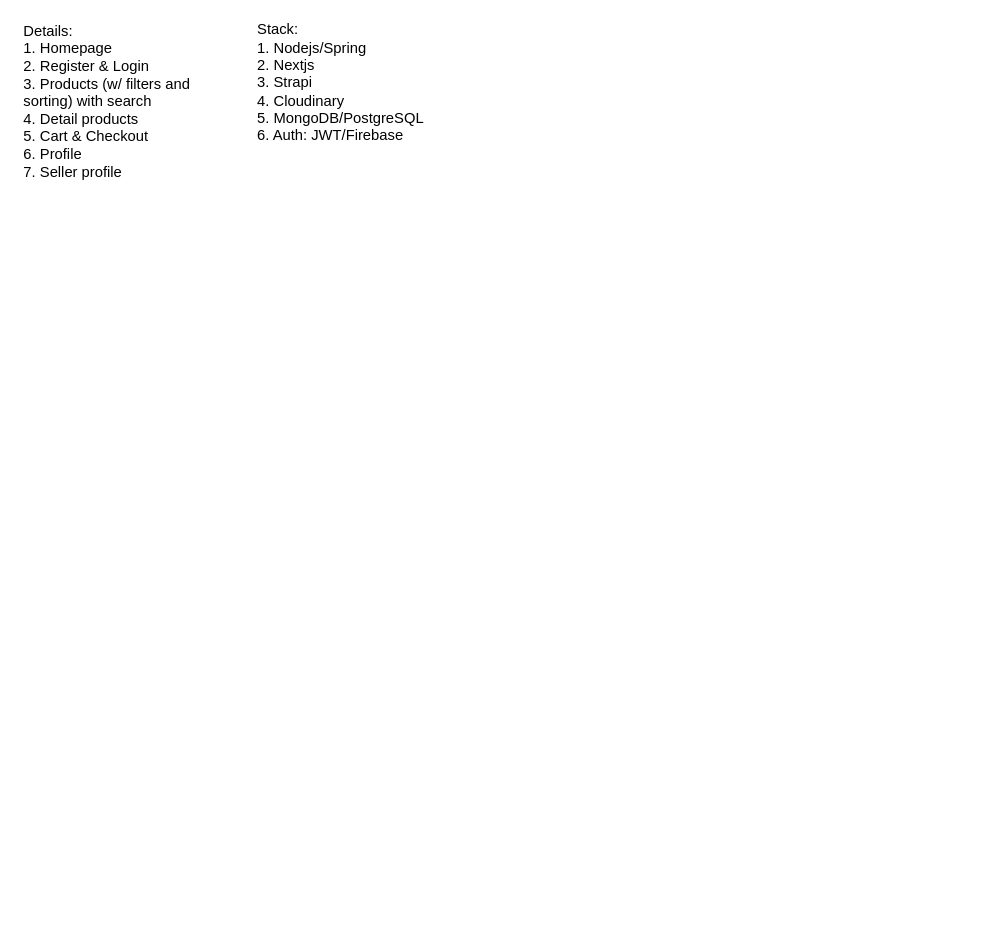
Earlier version of the draw.io diagram Untitled Diagram.drawio (idahdam/unnamed-project-1). Source tidied: cells renumbered, new cells numbered last; positions are measured from the earlier drawing's top-left corner, leaving out a move shared by most shapes. Both pictures are drawn from the tidied source at 123%, with x=0, y=0 at pixel (21, 39).
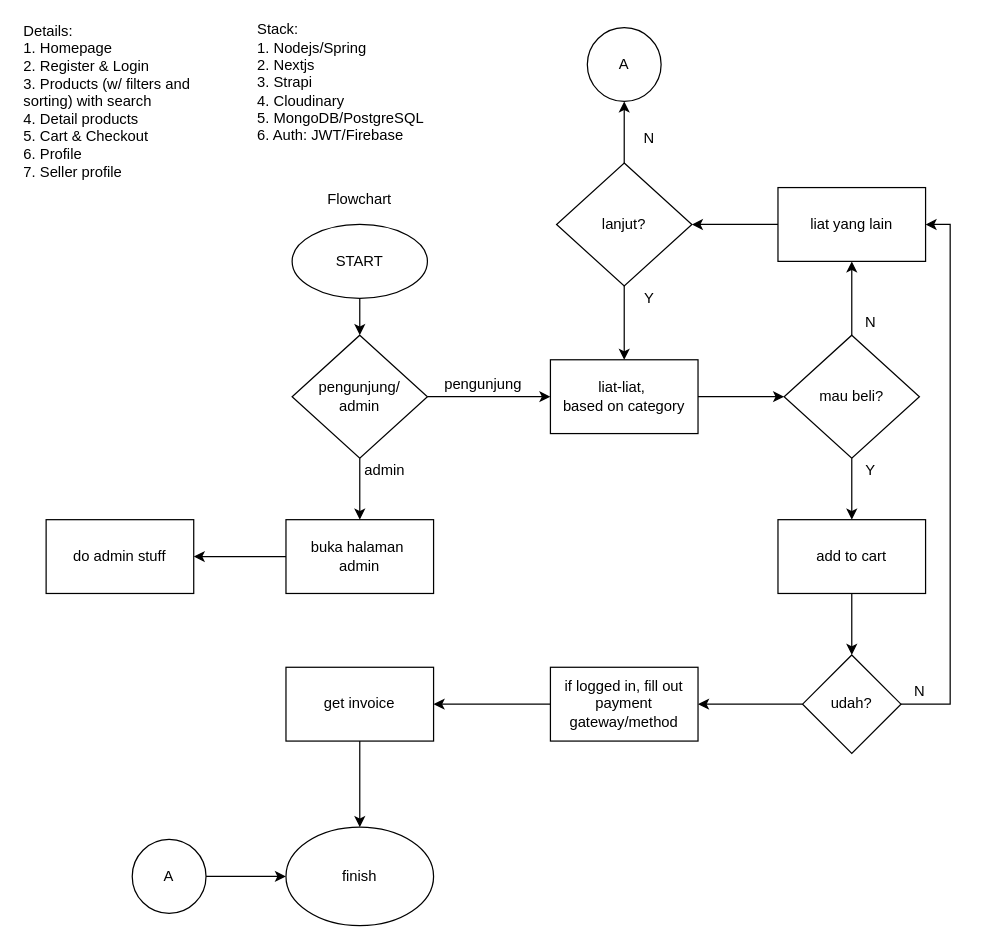
After the change.

Diff of the diagram source:
```diff
@@
+    <mxCell id="4" value="Flowchart" style="text;html=1;strokeColor=none;fillColor=none;align=center;verticalAlign=middle;whiteSpace=wrap;rounded=0;" parent="1" vertex="1">
+      <mxGeometry x="255" y="120" width="40" height="20" as="geometry" />
+    </mxCell>
+    <mxCell id="5" style="edgeStyle=orthogonalEdgeStyle;rounded=0;jettySize=auto;html=1;" parent="1" edge="1" source="6" target="9">
+      <mxGeometry relative="1" as="geometry" />
+    </mxCell>
+    <mxCell id="6" value="START" style="ellipse;whiteSpace=wrap;html=1;" parent="1" vertex="1">
+      <mxGeometry x="220" y="150" width="110" height="60" as="geometry" />
+    </mxCell>
+    <mxCell id="7" style="edgeStyle=orthogonalEdgeStyle;rounded=0;jettySize=auto;html=1;" parent="1" edge="1" source="9" target="11">
+      <mxGeometry relative="1" as="geometry" />
+    </mxCell>
+    <mxCell id="8" style="edgeStyle=orthogonalEdgeStyle;rounded=0;jettySize=auto;html=1;" parent="1" edge="1" source="9" target="13">
+      <mxGeometry relative="1" as="geometry" />
+    </mxCell>
+    <mxCell id="9" value="pengunjung/&lt;br&gt;admin" style="rhombus;whiteSpace=wrap;html=1;" parent="1" vertex="1">
+      <mxGeometry x="220" y="240" width="110" height="100" as="geometry" />
+    </mxCell>
+    <mxCell id="10" style="edgeStyle=orthogonalEdgeStyle;rounded=0;jettySize=auto;html=1;" parent="1" edge="1" source="11" target="18">
+      <mxGeometry relative="1" as="geometry" />
+    </mxCell>
+    <mxCell id="11" value="liat-liat,&amp;nbsp;&lt;br&gt;based on category" style="rounded=0;whiteSpace=wrap;html=1;" parent="1" vertex="1">
+      <mxGeometry x="430" y="260" width="120" height="60" as="geometry" />
+    </mxCell>
+    <mxCell id="12" style="edgeStyle=orthogonalEdgeStyle;rounded=0;jettySize=auto;html=1;" parent="1" edge="1" source="13" target="42">
+      <mxGeometry relative="1" as="geometry" />
+    </mxCell>
+    <mxCell id="13" value="buka halaman&amp;nbsp;&lt;br&gt;admin" style="rounded=0;whiteSpace=wrap;html=1;" parent="1" vertex="1">
+      <mxGeometry x="215" y="390" width="120" height="60" as="geometry" />
+    </mxCell>
+    <mxCell id="14" value="pengunjung" style="text;html=1;align=center;verticalAlign=middle;strokeColor=none;" parent="1" vertex="1">
+      <mxGeometry x="335" y="270" width="80" height="20" as="geometry" />
+    </mxCell>
+    <mxCell id="15" value="admin" style="text;html=1;align=center;verticalAlign=middle;strokeColor=none;" parent="1" vertex="1">
+      <mxGeometry x="270" y="340" width="50" height="20" as="geometry" />
+    </mxCell>
+    <mxCell id="16" style="edgeStyle=orthogonalEdgeStyle;rounded=0;jettySize=auto;html=1;" parent="1" edge="1" source="18" target="20">
+      <mxGeometry relative="1" as="geometry" />
+    </mxCell>
+    <mxCell id="17" style="edgeStyle=orthogonalEdgeStyle;rounded=0;jettySize=auto;html=1;" parent="1" edge="1" source="18" target="22">
+      <mxGeometry relative="1" as="geometry" />
+    </mxCell>
+    <mxCell id="18" value="mau beli?" style="rhombus;whiteSpace=wrap;html=1;" parent="1" vertex="1">
+      <mxGeometry x="620" y="240" width="110" height="100" as="geometry" />
+    </mxCell>
+    <mxCell id="19" style="edgeStyle=orthogonalEdgeStyle;rounded=0;jettySize=auto;html=1;" parent="1" edge="1" source="20" target="29">
+      <mxGeometry relative="1" as="geometry" />
+    </mxCell>
+    <mxCell id="20" value="add to cart" style="rounded=0;whiteSpace=wrap;html=1;" parent="1" vertex="1">
+      <mxGeometry x="615" y="390" width="120" height="60" as="geometry" />
+    </mxCell>
+    <mxCell id="21" style="edgeStyle=orthogonalEdgeStyle;rounded=0;jettySize=auto;html=1;" parent="1" edge="1" source="22" target="25">
+      <mxGeometry relative="1" as="geometry" />
+    </mxCell>
+    <mxCell id="22" value="liat yang lain" style="rounded=0;whiteSpace=wrap;html=1;" parent="1" vertex="1">
+      <mxGeometry x="615" y="120" width="120" height="60" as="geometry" />
+    </mxCell>
+    <mxCell id="23" style="edgeStyle=orthogonalEdgeStyle;rounded=0;jettySize=auto;html=1;" parent="1" edge="1" source="25" target="11">
+      <mxGeometry relative="1" as="geometry" />
+    </mxCell>
+    <mxCell id="24" style="edgeStyle=orthogonalEdgeStyle;rounded=0;jettySize=auto;html=1;" parent="1" edge="1" source="25" target="26">
+      <mxGeometry relative="1" as="geometry" />
+    </mxCell>
+    <mxCell id="25" value="lanjut?" style="rhombus;whiteSpace=wrap;html=1;" parent="1" vertex="1">
+      <mxGeometry x="435" y="100" width="110" height="100" as="geometry" />
+    </mxCell>
+    <mxCell id="26" value="A" style="ellipse;whiteSpace=wrap;html=1;" parent="1" vertex="1">
+      <mxGeometry x="460" y="-10" width="60" height="60" as="geometry" />
+    </mxCell>
+    <mxCell id="27" style="edgeStyle=orthogonalEdgeStyle;rounded=0;jettySize=auto;html=1;entryX=1;entryY=0.5;entryDx=0;entryDy=0;" parent="1" edge="1" source="29" target="22">
+      <mxGeometry relative="1" as="geometry">
+        <Array as="points">
+          <mxPoint x="755" y="540" />
+          <mxPoint x="755" y="150" />
+        </Array>
+      </mxGeometry>
+    </mxCell>
+    <mxCell id="28" style="edgeStyle=orthogonalEdgeStyle;rounded=0;jettySize=auto;html=1;" parent="1" edge="1" source="29" target="36">
+      <mxGeometry relative="1" as="geometry" />
+    </mxCell>
+    <mxCell id="29" value="udah?" style="rhombus;whiteSpace=wrap;html=1;" parent="1" vertex="1">
+      <mxGeometry x="635" y="500" width="80" height="80" as="geometry" />
+    </mxCell>
+    <mxCell id="30" value="N" style="text;html=1;align=center;verticalAlign=middle;strokeColor=none;" parent="1" vertex="1">
+      <mxGeometry x="500" y="70" width="20" height="20" as="geometry" />
+    </mxCell>
+    <mxCell id="31" value="Y" style="text;html=1;align=center;verticalAlign=middle;strokeColor=none;" parent="1" vertex="1">
+      <mxGeometry x="500" y="200" width="20" height="20" as="geometry" />
+    </mxCell>
+    <mxCell id="32" value="Y" style="text;html=1;align=center;verticalAlign=middle;strokeColor=none;" parent="1" vertex="1">
+      <mxGeometry x="680" y="340" width="20" height="20" as="geometry" />
+    </mxCell>
+    <mxCell id="33" value="N" style="text;html=1;align=center;verticalAlign=middle;strokeColor=none;" parent="1" vertex="1">
+      <mxGeometry x="720" y="520" width="20" height="20" as="geometry" />
+    </mxCell>
+    <mxCell id="34" value="N" style="text;html=1;align=center;verticalAlign=middle;strokeColor=none;" parent="1" vertex="1">
+      <mxGeometry x="680" y="220" width="20" height="20" as="geometry" />
+    </mxCell>
+    <mxCell id="35" style="edgeStyle=orthogonalEdgeStyle;rounded=0;jettySize=auto;html=1;" parent="1" edge="1" source="36" target="38">
+      <mxGeometry relative="1" as="geometry" />
+    </mxCell>
+    <mxCell id="36" value="if logged in, fill out&lt;br&gt;payment gateway/method" style="rounded=0;whiteSpace=wrap;html=1;" parent="1" vertex="1">
+      <mxGeometry x="430" y="510" width="120" height="60" as="geometry" />
+    </mxCell>
+    <mxCell id="37" style="edgeStyle=orthogonalEdgeStyle;rounded=0;jettySize=auto;html=1;" parent="1" edge="1" source="38" target="39">
+      <mxGeometry relative="1" as="geometry" />
+    </mxCell>
+    <mxCell id="38" value="get invoice" style="rounded=0;whiteSpace=wrap;html=1;" parent="1" vertex="1">
+      <mxGeometry x="215" y="510" width="120" height="60" as="geometry" />
+    </mxCell>
+    <mxCell id="39" value="finish" style="ellipse;whiteSpace=wrap;html=1;" parent="1" vertex="1">
+      <mxGeometry x="215" y="640" width="120" height="80" as="geometry" />
+    </mxCell>
+    <mxCell id="40" style="edgeStyle=orthogonalEdgeStyle;rounded=0;jettySize=auto;html=1;" parent="1" edge="1" source="41" target="39">
+      <mxGeometry relative="1" as="geometry" />
+    </mxCell>
+    <mxCell id="41" value="A" style="ellipse;whiteSpace=wrap;html=1;" parent="1" vertex="1">
+      <mxGeometry x="90" y="650" width="60" height="60" as="geometry" />
+    </mxCell>
+    <mxCell id="42" value="do admin stuff" style="rounded=0;whiteSpace=wrap;html=1;" parent="1" vertex="1">
+      <mxGeometry x="20" y="390" width="120" height="60" as="geometry" />
+    </mxCell>
```
